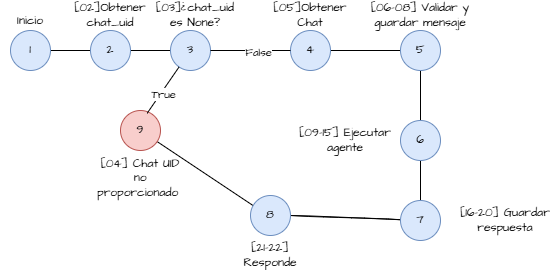
Earlier version of the draw.io export images/postMessage.png (DanRo3/PhDThesis). Source tidied: cells renumbered, new cells last; positions are measured from the earlier drawing's top-left corner, leaving out a move shared by most shapes.
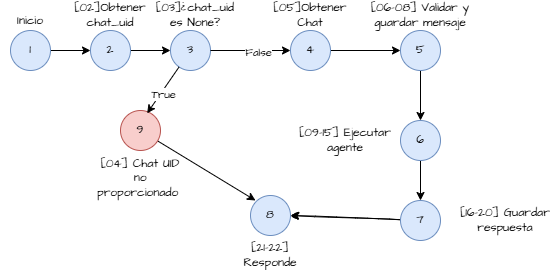
After the commit.

The edit, as a diff of the source:
```diff
@@ -2,10 +2,10 @@
   <root>
     <mxCell id="0" />
     <mxCell id="1" parent="0" />
-    <mxCell id="2" style="rounded=0;hachureGap=4;jettySize=auto;html=1;entryX=0;entryY=0.5;entryDx=0;entryDy=0;fontFamily=Architects Daughter;fontSource=https%3A%2F%2Ffonts.googleapis.com%2Fcss%3Ffamily%3DArchitects%2BDaughter;endArrow=none;startFill=0;exitX=1;exitY=0.5;exitDx=0;exitDy=0;" parent="1" edge="1" source="4" target="8">
+    <mxCell id="2" style="rounded=0;hachureGap=4;jettySize=auto;html=1;entryX=0;entryY=0.5;entryDx=0;entryDy=0;fontFamily=Architects Daughter;fontSource=https%3A%2F%2Ffonts.googleapis.com%2Fcss%3Ffamily%3DArchitects%2BDaughter;endArrow=classic;startFill=0;exitX=1;exitY=0.5;exitDx=0;exitDy=0;endFill=1;" parent="1" edge="1" source="4" target="8">
       <mxGeometry relative="1" as="geometry" />
     </mxCell>
-    <mxCell id="3" style="rounded=0;hachureGap=4;jettySize=auto;html=1;entryX=0;entryY=0.5;entryDx=0;entryDy=0;fontFamily=Architects Daughter;fontSource=https%3A%2F%2Ffonts.googleapis.com%2Fcss%3Ffamily%3DArchitects%2BDaughter;endArrow=none;startFill=0;exitX=1;exitY=0.5;exitDx=0;exitDy=0;" parent="1" edge="1" source="8" target="5">
+    <mxCell id="3" style="rounded=0;hachureGap=4;jettySize=auto;html=1;entryX=0;entryY=0.5;entryDx=0;entryDy=0;fontFamily=Architects Daughter;fontSource=https%3A%2F%2Ffonts.googleapis.com%2Fcss%3Ffamily%3DArchitects%2BDaughter;endArrow=classic;startFill=0;exitX=1;exitY=0.5;exitDx=0;exitDy=0;endFill=1;" parent="1" edge="1" source="8" target="5">
       <mxGeometry relative="1" as="geometry" />
     </mxCell>
     <mxCell id="4" value="Inicio" style="ellipse;whiteSpace=wrap;html=1;hachureGap=4;fontFamily=Architects Daughter;fontSource=https%3A%2F%2Ffonts.googleapis.com%2Fcss%3Ffamily%3DArchitects%2BDaughter;labelPosition=center;verticalLabelPosition=top;align=center;verticalAlign=bottom;fillColor=#dae8fc;strokeColor=#6c8ebf;" parent="1" vertex="1">
@@ -14,7 +14,7 @@
     <mxCell id="5" style="ellipse;whiteSpace=wrap;html=1;hachureGap=4;fontFamily=Architects Daughter;fontSource=https%3A%2F%2Ffonts.googleapis.com%2Fcss%3Ffamily%3DArchitects%2BDaughter;labelPosition=left;verticalLabelPosition=middle;align=right;verticalAlign=middle;fillColor=#dae8fc;strokeColor=#6c8ebf;" parent="1" vertex="1">
       <mxGeometry x="170" y="30" width="40" height="40" as="geometry" />
     </mxCell>
-    <mxCell id="6" style="rounded=0;hachureGap=4;jettySize=auto;html=1;entryX=0;entryY=0.5;entryDx=0;entryDy=0;fontFamily=Architects Daughter;fontSource=https%3A%2F%2Ffonts.googleapis.com%2Fcss%3Ffamily%3DArchitects%2BDaughter;endArrow=none;startFill=0;" parent="1" edge="1" source="7" target="16">
+    <mxCell id="6" style="rounded=0;hachureGap=4;jettySize=auto;html=1;entryX=0;entryY=0.5;entryDx=0;entryDy=0;fontFamily=Architects Daughter;fontSource=https%3A%2F%2Ffonts.googleapis.com%2Fcss%3Ffamily%3DArchitects%2BDaughter;endArrow=classic;startFill=0;endFill=1;" parent="1" edge="1" source="7" target="16">
       <mxGeometry relative="1" as="geometry" />
     </mxCell>
     <mxCell id="7" style="ellipse;whiteSpace=wrap;html=1;hachureGap=4;fontFamily=Architects Daughter;fontSource=https%3A%2F%2Ffonts.googleapis.com%2Fcss%3Ffamily%3DArchitects%2BDaughter;labelPosition=right;verticalLabelPosition=middle;align=left;verticalAlign=middle;fillColor=#dae8fc;strokeColor=#6c8ebf;" parent="1" vertex="1">
@@ -23,33 +23,31 @@
     <mxCell id="8" style="ellipse;whiteSpace=wrap;html=1;hachureGap=4;fontFamily=Architects Daughter;fontSource=https%3A%2F%2Ffonts.googleapis.com%2Fcss%3Ffamily%3DArchitects%2BDaughter;labelPosition=left;verticalLabelPosition=middle;align=right;verticalAlign=middle;fillColor=#dae8fc;strokeColor=#6c8ebf;" parent="1" vertex="1">
       <mxGeometry x="90" y="30" width="40" height="40" as="geometry" />
     </mxCell>
-    <mxCell id="9" style="rounded=0;hachureGap=4;jettySize=auto;entryX=0;entryY=0.5;entryDx=0;entryDy=0;fontFamily=Architects Daughter;fontSource=https%3A%2F%2Ffonts.googleapis.com%2Fcss%3Ffamily%3DArchitects%2BDaughter;endArrow=none;startFill=0;" parent="1" edge="1" source="5" target="7">
+    <mxCell id="9" style="rounded=0;hachureGap=4;jettySize=auto;entryX=0;entryY=0.5;entryDx=0;entryDy=0;fontFamily=Architects Daughter;fontSource=https%3A%2F%2Ffonts.googleapis.com%2Fcss%3Ffamily%3DArchitects%2BDaughter;endArrow=classic;startFill=0;endFill=1;" parent="1" edge="1" source="5" target="7">
       <mxGeometry relative="1" as="geometry" />
     </mxCell>
     <mxCell id="10" value="False" style="edgeLabel;html=1;align=center;verticalAlign=middle;sketch=1;hachureGap=4;jiggle=2;curveFitting=1;fontFamily=Architects Daughter;fontSource=https%3A%2F%2Ffonts.googleapis.com%2Fcss%3Ffamily%3DArchitects%2BDaughter;" parent="9" vertex="1">
       <mxGeometry x="0.17" y="-1" relative="1" as="geometry" />
     </mxCell>
-    <mxCell id="11" style="rounded=0;hachureGap=4;jettySize=auto;html=1;fontFamily=Architects Daughter;fontSource=https%3A%2F%2Ffonts.googleapis.com%2Fcss%3Ffamily%3DArchitects%2BDaughter;endArrow=none;startFill=0;" parent="1" edge="1" source="12">
-      <mxGeometry relative="1" as="geometry">
-        <mxPoint x="260" y="210" as="targetPoint" />
-      </mxGeometry>
+    <mxCell id="11" style="rounded=0;hachureGap=4;jettySize=auto;html=1;fontFamily=Architects Daughter;fontSource=https%3A%2F%2Ffonts.googleapis.com%2Fcss%3Ffamily%3DArchitects%2BDaughter;endArrow=classic;startFill=0;endFill=1;entryX=0.25;entryY=0;entryDx=0;entryDy=0;" parent="1" edge="1" source="12" target="36">
+      <mxGeometry relative="1" as="geometry" />
     </mxCell>
     <mxCell id="12" value="[04]&amp;nbsp;Chat UID no proporcionado&amp;nbsp;" style="ellipse;whiteSpace=wrap;html=1;hachureGap=4;fontFamily=Architects Daughter;fontSource=https%3A%2F%2Ffonts.googleapis.com%2Fcss%3Ffamily%3DArchitects%2BDaughter;labelPosition=center;verticalLabelPosition=bottom;align=center;verticalAlign=top;fillColor=#f8cecc;strokeColor=#b85450;" parent="1" vertex="1">
       <mxGeometry x="120" y="110" width="40" height="40" as="geometry" />
     </mxCell>
-    <mxCell id="13" style="rounded=0;hachureGap=4;jettySize=auto;html=1;entryX=0.666;entryY=0.07;entryDx=0;entryDy=0;entryPerimeter=0;fontFamily=Architects Daughter;fontSource=https%3A%2F%2Ffonts.googleapis.com%2Fcss%3Ffamily%3DArchitects%2BDaughter;endArrow=none;startFill=0;" parent="1" edge="1" source="5" target="12">
+    <mxCell id="13" style="rounded=0;hachureGap=4;jettySize=auto;html=1;entryX=0.666;entryY=0.07;entryDx=0;entryDy=0;entryPerimeter=0;fontFamily=Architects Daughter;fontSource=https%3A%2F%2Ffonts.googleapis.com%2Fcss%3Ffamily%3DArchitects%2BDaughter;endArrow=classic;startFill=0;endFill=1;" parent="1" edge="1" source="5" target="12">
       <mxGeometry relative="1" as="geometry" />
     </mxCell>
     <mxCell id="14" value="True" style="edgeLabel;html=1;align=center;verticalAlign=middle;sketch=1;hachureGap=4;jiggle=2;curveFitting=1;fontFamily=Architects Daughter;fontSource=https%3A%2F%2Ffonts.googleapis.com%2Fcss%3Ffamily%3DArchitects%2BDaughter;" parent="13" vertex="1">
       <mxGeometry x="0.12" y="2" relative="1" as="geometry" />
     </mxCell>
-    <mxCell id="15" style="rounded=0;hachureGap=4;jettySize=auto;html=1;entryX=0.5;entryY=0;entryDx=0;entryDy=0;fontFamily=Architects Daughter;fontSource=https%3A%2F%2Ffonts.googleapis.com%2Fcss%3Ffamily%3DArchitects%2BDaughter;endArrow=none;startFill=0;" parent="1" edge="1" source="16" target="18">
+    <mxCell id="15" style="rounded=0;hachureGap=4;jettySize=auto;html=1;entryX=0.5;entryY=0;entryDx=0;entryDy=0;fontFamily=Architects Daughter;fontSource=https%3A%2F%2Ffonts.googleapis.com%2Fcss%3Ffamily%3DArchitects%2BDaughter;endArrow=classic;startFill=0;endFill=1;" parent="1" edge="1" source="16" target="18">
       <mxGeometry relative="1" as="geometry" />
     </mxCell>
     <mxCell id="16" style="ellipse;whiteSpace=wrap;html=1;hachureGap=4;fontFamily=Architects Daughter;fontSource=https%3A%2F%2Ffonts.googleapis.com%2Fcss%3Ffamily%3DArchitects%2BDaughter;labelPosition=right;verticalLabelPosition=middle;align=left;verticalAlign=middle;fillColor=#dae8fc;strokeColor=#6c8ebf;" parent="1" vertex="1">
       <mxGeometry x="400" y="30" width="40" height="40" as="geometry" />
     </mxCell>
-    <mxCell id="17" style="rounded=0;hachureGap=4;jettySize=auto;html=1;entryX=0.5;entryY=0;entryDx=0;entryDy=0;fontFamily=Architects Daughter;fontSource=https%3A%2F%2Ffonts.googleapis.com%2Fcss%3Ffamily%3DArchitects%2BDaughter;endArrow=none;startFill=0;" parent="1" edge="1" source="18" target="25">
+    <mxCell id="17" style="rounded=0;hachureGap=4;jettySize=auto;html=1;entryX=0.5;entryY=0;entryDx=0;entryDy=0;fontFamily=Architects Daughter;fontSource=https%3A%2F%2Ffonts.googleapis.com%2Fcss%3Ffamily%3DArchitects%2BDaughter;endArrow=classic;startFill=0;endFill=1;" parent="1" edge="1" source="18" target="25">
       <mxGeometry relative="1" as="geometry" />
     </mxCell>
     <mxCell id="18" style="ellipse;whiteSpace=wrap;html=1;hachureGap=4;fontFamily=Architects Daughter;fontSource=https%3A%2F%2Ffonts.googleapis.com%2Fcss%3Ffamily%3DArchitects%2BDaughter;labelPosition=right;verticalLabelPosition=middle;align=left;verticalAlign=middle;fillColor=#dae8fc;strokeColor=#6c8ebf;" parent="1" vertex="1">
@@ -70,7 +68,7 @@
     <mxCell id="23" value="&lt;span style=&quot;text-align: left;&quot;&gt;[09-15] Ejecutar agente&lt;/span&gt;" style="text;html=1;align=center;verticalAlign=middle;whiteSpace=wrap;rounded=0;fontFamily=Architects Daughter;fontSource=https%3A%2F%2Ffonts.googleapis.com%2Fcss%3Ffamily%3DArchitects%2BDaughter;" parent="1" vertex="1">
       <mxGeometry x="290" y="125" width="110" height="30" as="geometry" />
     </mxCell>
-    <mxCell id="24" style="rounded=0;sketch=1;hachureGap=4;jiggle=2;curveFitting=1;jettySize=auto;html=1;entryX=1;entryY=0.5;entryDx=0;entryDy=0;fontFamily=Architects Daughter;fontSource=https%3A%2F%2Ffonts.googleapis.com%2Fcss%3Ffamily%3DArchitects%2BDaughter;endArrow=none;startFill=0;" parent="1" edge="1" source="25" target="27">
+    <mxCell id="24" style="rounded=0;sketch=1;hachureGap=4;jiggle=2;curveFitting=1;jettySize=auto;html=1;entryX=1;entryY=0.5;entryDx=0;entryDy=0;fontFamily=Architects Daughter;fontSource=https%3A%2F%2Ffonts.googleapis.com%2Fcss%3Ffamily%3DArchitects%2BDaughter;endArrow=classic;startFill=0;endFill=1;" parent="1" edge="1" source="25" target="27">
       <mxGeometry relative="1" as="geometry" />
     </mxCell>
     <mxCell id="25" value="&lt;span style=&quot;color: rgba(0, 0, 0, 0); font-family: monospace; font-size: 0px; text-wrap-mode: nowrap;&quot;&gt;%3CmxGraphModel%3E%3Croot%3E%3CmxCell%20id%3D%220%22%2F%3E%3CmxCell%20id%3D%221%22%20parent%3D%220%22%2F%3E%3CmxCell%20id%3D%222%22%20value%3D%22%22%20style%3D%22ellipse%3BwhiteSpace%3Dwrap%3Bhtml%3D1%3Baspect%3Dfixed%3BhachureGap%3D4%3BfontFamily%3DArchitects%20Daughter%3BfontSource%3Dhttps%253A%252F%252Ffonts.googleapis.com%252Fcss%253Ffamily%253DArchitects%252BDaughter%3BlabelPosition%3Dright%3BverticalLabelPosition%3Dmiddle%3Balign%3Dleft%3BverticalAlign%3Dmiddle%3BfillColor%3D%23dae8fc%3BstrokeColor%3D%236c8ebf%3B%22%20vertex%3D%221%22%20parent%3D%221%22%3E%3CmxGeometry%20x%3D%22550%22%20y%3D%22150%22%20width%3D%2240%22%20height%3D%2240%22%20as%3D%22geometry%22%2F%3E%3C%2FmxCell%3E%3C%2Froot%3E%3C%2FmxGraphModel%3E&lt;/span&gt;" style="ellipse;whiteSpace=wrap;html=1;hachureGap=4;fontFamily=Architects Daughter;fontSource=https%3A%2F%2Ffonts.googleapis.com%2Fcss%3Ffamily%3DArchitects%2BDaughter;labelPosition=right;verticalLabelPosition=middle;align=left;verticalAlign=middle;fillColor=#dae8fc;strokeColor=#6c8ebf;" parent="1" vertex="1">
```
